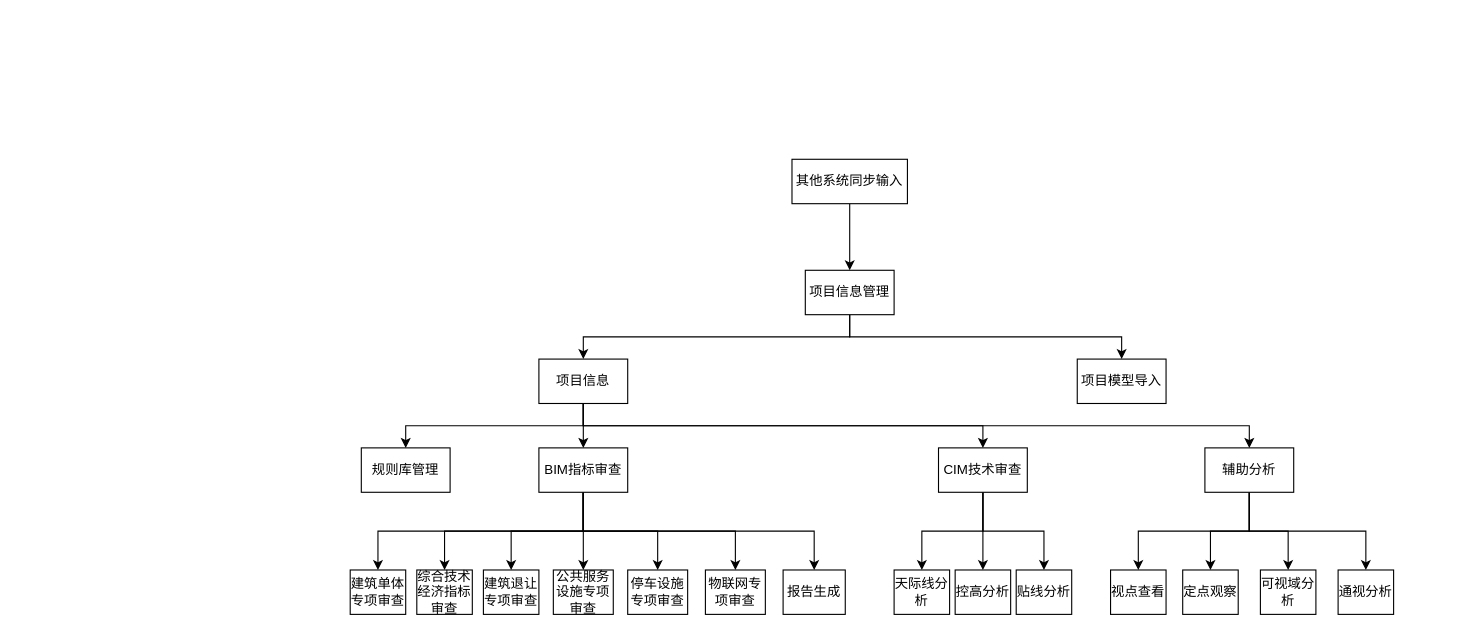
Before: Untitled Diagram.drawio in CAIJINHUI/CAIJINHUI.github.io, a draw.io diagram. Source tidied: cells renumbered, new cells numbered last; positions are measured from the earlier drawing's top-left corner, leaving out a move shared by most shapes. Both pictures are drawn from the tidied source at 111%, with x=0, y=0 at pixel (350, 159).
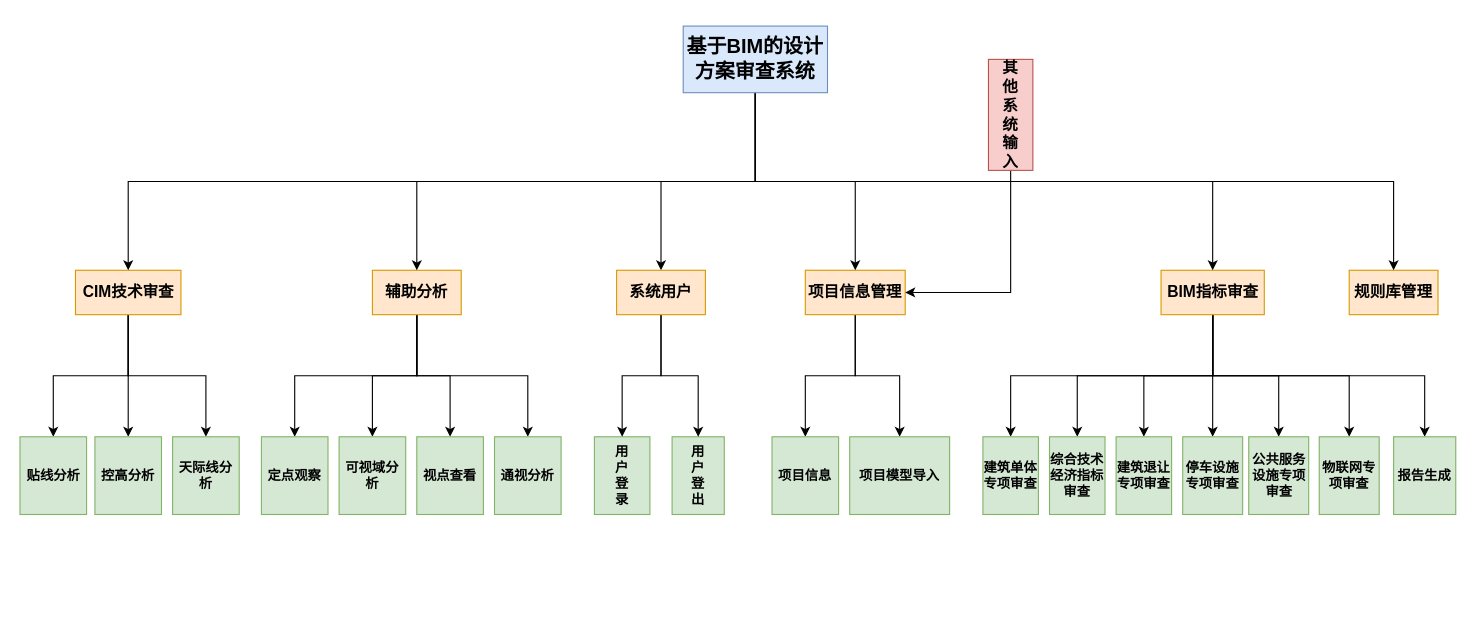
Above is the later version.

The edit, as a diff of the source:
```diff
@@
-    <mxCell id="4" value="项目信息管理" style="rounded=0;whiteSpace=wrap;html=1;" parent="1" vertex="1">
-      <mxGeometry x="410" y="100" width="80" height="40" as="geometry" />
+    <mxCell id="4" value="&lt;h3&gt;项目信息管理&lt;/h3&gt;" style="rounded=0;whiteSpace=wrap;html=1;fillColor=#ffe6cc;strokeColor=#d79b00;" parent="1" vertex="1">
+      <mxGeometry x="410" y="100" width="90" height="40" as="geometry" />
     </mxCell>
-    <mxCell id="5" style="edgeStyle=orthogonalEdgeStyle;rounded=0;jettySize=auto;html=1;exitX=0.5;exitY=1;exitDx=0;exitDy=0;" parent="1" edge="1" source="9" target="11">
-      <mxGeometry relative="1" as="geometry" />
-    </mxCell>
-    <mxCell id="6" style="edgeStyle=orthogonalEdgeStyle;rounded=0;jettySize=auto;html=1;exitX=0.5;exitY=1;exitDx=0;exitDy=0;" parent="1" edge="1" source="9" target="19">
-      <mxGeometry relative="1" as="geometry" />
-    </mxCell>
-    <mxCell id="7" style="edgeStyle=orthogonalEdgeStyle;rounded=0;jettySize=auto;html=1;exitX=0.5;exitY=1;exitDx=0;exitDy=0;entryX=0.5;entryY=0;entryDx=0;entryDy=0;" parent="1" edge="1" source="9" target="23">
-      <mxGeometry relative="1" as="geometry" />
-    </mxCell>
-    <mxCell id="8" style="edgeStyle=orthogonalEdgeStyle;rounded=0;jettySize=auto;html=1;exitX=0.5;exitY=1;exitDx=0;exitDy=0;entryX=0.5;entryY=0;entryDx=0;entryDy=0;" parent="1" edge="1" source="9" target="28">
-      <mxGeometry relative="1" as="geometry" />
-    </mxCell>
-    <mxCell id="9" value="项目信息" style="rounded=0;whiteSpace=wrap;html=1;" parent="1" vertex="1">
-      <mxGeometry x="170" y="180" width="80" height="40" as="geometry" />
+    <mxCell id="9" value="&lt;h4&gt;项目信息&lt;/h4&gt;" style="rounded=0;whiteSpace=wrap;html=1;fillColor=#d5e8d4;strokeColor=#82b366;" parent="1" vertex="1">
+      <mxGeometry x="380" y="250" width="60" height="70" as="geometry" />
     </mxCell>
-    <mxCell id="10" value="项目模型导入" style="rounded=0;whiteSpace=wrap;html=1;" parent="1" vertex="1">
-      <mxGeometry x="655" y="180" width="80" height="40" as="geometry" />
+    <mxCell id="10" value="&lt;h4&gt;项目模型导入&lt;/h4&gt;" style="rounded=0;whiteSpace=wrap;html=1;fillColor=#d5e8d4;strokeColor=#82b366;" parent="1" vertex="1">
+      <mxGeometry x="450" y="250" width="90" height="70" as="geometry" />
     </mxCell>
-    <mxCell id="11" value="规则库管理" style="rounded=0;whiteSpace=wrap;html=1;" parent="1" vertex="1">
-      <mxGeometry x="10" y="260" width="80" height="40" as="geometry" />
+    <mxCell id="11" value="&lt;h3&gt;规则库管理&lt;/h3&gt;" style="rounded=0;whiteSpace=wrap;html=1;fillColor=#ffe6cc;strokeColor=#d79b00;" parent="1" vertex="1">
+      <mxGeometry x="900" y="100" width="80" height="40" as="geometry" />
     </mxCell>
@@
-    <mxCell id="19" value="BIM指标审查" style="rounded=0;whiteSpace=wrap;html=1;" parent="1" vertex="1">
-      <mxGeometry x="170" y="260" width="80" height="40" as="geometry" />
+    <mxCell id="19" value="&lt;h3&gt;BIM指标审查&lt;/h3&gt;" style="rounded=0;whiteSpace=wrap;html=1;fillColor=#ffe6cc;strokeColor=#d79b00;" parent="1" vertex="1">
+      <mxGeometry x="730.5" y="100" width="93" height="40" as="geometry" />
     </mxCell>
@@
-    <mxCell id="23" value="CIM技术审查" style="rounded=0;whiteSpace=wrap;html=1;" parent="1" vertex="1">
-      <mxGeometry x="530" y="260" width="80" height="40" as="geometry" />
+    <mxCell id="23" value="&lt;h3&gt;CIM技术审查&lt;/h3&gt;" style="rounded=0;whiteSpace=wrap;html=1;fillColor=#ffe6cc;strokeColor=#d79b00;" parent="1" vertex="1">
+      <mxGeometry x="-247.5" y="100" width="95" height="40" as="geometry" />
     </mxCell>
@@
-    <mxCell id="28" value="辅助分析" style="rounded=0;whiteSpace=wrap;html=1;" parent="1" vertex="1">
-      <mxGeometry x="770" y="260" width="80" height="40" as="geometry" />
+    <mxCell id="28" value="&lt;h3&gt;辅助分析&lt;/h3&gt;" style="rounded=0;whiteSpace=wrap;html=1;fillColor=#ffe6cc;strokeColor=#d79b00;" parent="1" vertex="1">
+      <mxGeometry x="20" y="100" width="80" height="40" as="geometry" />
     </mxCell>
-    <mxCell id="29" value="建筑单体专项审查" style="rounded=0;whiteSpace=wrap;html=1;" parent="1" vertex="1">
-      <mxGeometry y="370" width="50" height="40" as="geometry" />
+    <mxCell id="29" value="&lt;h4&gt;建筑单体专项审查&lt;/h4&gt;" style="rounded=0;whiteSpace=wrap;html=1;fillColor=#d5e8d4;strokeColor=#82b366;" parent="1" vertex="1">
+      <mxGeometry x="570" y="250" width="50" height="70" as="geometry" />
     </mxCell>
-    <mxCell id="30" value="综合技术经济指标审查" style="rounded=0;whiteSpace=wrap;html=1;" parent="1" vertex="1">
-      <mxGeometry x="60" y="370" width="50" height="40" as="geometry" />
+    <mxCell id="30" value="&lt;h4&gt;综合技术经济指标审查&lt;/h4&gt;" style="rounded=0;whiteSpace=wrap;html=1;fillColor=#d5e8d4;strokeColor=#82b366;" parent="1" vertex="1">
+      <mxGeometry x="630" y="250" width="50" height="70" as="geometry" />
     </mxCell>
-    <mxCell id="31" value="物联网专项审查" style="rounded=0;whiteSpace=wrap;html=1;" parent="1" vertex="1">
-      <mxGeometry x="320" y="370" width="54" height="40" as="geometry" />
+    <mxCell id="31" value="&lt;h4&gt;物联网专项审查&lt;/h4&gt;" style="rounded=0;whiteSpace=wrap;html=1;fillColor=#d5e8d4;strokeColor=#82b366;" parent="1" vertex="1">
+      <mxGeometry x="873" y="250" width="54" height="70" as="geometry" />
     </mxCell>
-    <mxCell id="32" value="建筑退让专项审查" style="rounded=0;whiteSpace=wrap;html=1;" parent="1" vertex="1">
-      <mxGeometry x="120" y="370" width="50" height="40" as="geometry" />
+    <mxCell id="32" value="&lt;h4&gt;建筑退让专项审查&lt;/h4&gt;" style="rounded=0;whiteSpace=wrap;html=1;fillColor=#d5e8d4;strokeColor=#82b366;" parent="1" vertex="1">
+      <mxGeometry x="690" y="250" width="50" height="70" as="geometry" />
     </mxCell>
-    <mxCell id="33" value="公共服务设施专项审查" style="rounded=0;whiteSpace=wrap;html=1;" parent="1" vertex="1">
-      <mxGeometry x="183" y="370" width="54" height="40" as="geometry" />
+    <mxCell id="33" value="&lt;h4&gt;公共服务设施专项审查&lt;/h4&gt;" style="rounded=0;whiteSpace=wrap;html=1;fillColor=#d5e8d4;strokeColor=#82b366;" parent="1" vertex="1">
+      <mxGeometry x="809.5" y="250" width="54" height="70" as="geometry" />
     </mxCell>
-    <mxCell id="34" value="停车设施专项审查" style="rounded=0;whiteSpace=wrap;html=1;" parent="1" vertex="1">
-      <mxGeometry x="250" y="370" width="54" height="40" as="geometry" />
+    <mxCell id="34" value="&lt;h4&gt;停车设施专项审查&lt;/h4&gt;" style="rounded=0;whiteSpace=wrap;html=1;fillColor=#d5e8d4;strokeColor=#82b366;" parent="1" vertex="1">
+      <mxGeometry x="750" y="250" width="54" height="70" as="geometry" />
     </mxCell>
-    <mxCell id="35" value="报告生成" style="rounded=0;whiteSpace=wrap;html=1;" parent="1" vertex="1">
-      <mxGeometry x="390" y="370" width="56" height="40" as="geometry" />
+    <mxCell id="35" value="&lt;h4&gt;报告生成&lt;/h4&gt;" style="rounded=0;whiteSpace=wrap;html=1;fillColor=#d5e8d4;strokeColor=#82b366;" parent="1" vertex="1">
+      <mxGeometry x="940" y="250" width="56" height="70" as="geometry" />
     </mxCell>
-    <mxCell id="36" value="天际线分析" style="rounded=0;whiteSpace=wrap;html=1;" parent="1" vertex="1">
-      <mxGeometry x="490" y="370" width="50" height="40" as="geometry" />
+    <mxCell id="36" value="&lt;h4&gt;天际线分析&lt;/h4&gt;" style="rounded=0;whiteSpace=wrap;html=1;fillColor=#d5e8d4;strokeColor=#82b366;" parent="1" vertex="1">
+      <mxGeometry x="-160" y="250" width="60" height="70" as="geometry" />
     </mxCell>
-    <mxCell id="37" value="控高分析" style="rounded=0;whiteSpace=wrap;html=1;" parent="1" vertex="1">
-      <mxGeometry x="545" y="370" width="50" height="40" as="geometry" />
+    <mxCell id="37" value="&lt;h4&gt;控高分析&lt;/h4&gt;" style="rounded=0;whiteSpace=wrap;html=1;fillColor=#d5e8d4;strokeColor=#82b366;" parent="1" vertex="1">
+      <mxGeometry x="-230" y="250" width="60" height="70" as="geometry" />
     </mxCell>
-    <mxCell id="38" value="贴线分析" style="rounded=0;whiteSpace=wrap;html=1;" parent="1" vertex="1">
-      <mxGeometry x="600" y="370" width="50" height="40" as="geometry" />
+    <mxCell id="38" value="&lt;h4&gt;贴线分析&lt;/h4&gt;" style="rounded=0;whiteSpace=wrap;html=1;fillColor=#d5e8d4;strokeColor=#82b366;" parent="1" vertex="1">
+      <mxGeometry x="-297.5" y="250" width="60" height="70" as="geometry" />
     </mxCell>
-    <mxCell id="39" value="视点查看" style="rounded=0;whiteSpace=wrap;html=1;" parent="1" vertex="1">
-      <mxGeometry x="685" y="370" width="50" height="40" as="geometry" />
+    <mxCell id="39" value="&lt;h4&gt;视点查看&lt;/h4&gt;" style="rounded=0;whiteSpace=wrap;html=1;fillColor=#d5e8d4;strokeColor=#82b366;" parent="1" vertex="1">
+      <mxGeometry x="60" y="250" width="60" height="70" as="geometry" />
     </mxCell>
-    <mxCell id="40" value="定点观察" style="rounded=0;whiteSpace=wrap;html=1;" parent="1" vertex="1">
-      <mxGeometry x="750" y="370" width="50" height="40" as="geometry" />
+    <mxCell id="40" value="&lt;h4&gt;定点观察&lt;/h4&gt;" style="rounded=0;whiteSpace=wrap;html=1;fillColor=#d5e8d4;strokeColor=#82b366;" parent="1" vertex="1">
+      <mxGeometry x="-80" y="250" width="60" height="70" as="geometry" />
     </mxCell>
-    <mxCell id="41" value="可视域分析" style="rounded=0;whiteSpace=wrap;html=1;" parent="1" vertex="1">
-      <mxGeometry x="820" y="370" width="50" height="40" as="geometry" />
+    <mxCell id="41" value="&lt;h4&gt;可视域分析&lt;/h4&gt;" style="rounded=0;whiteSpace=wrap;html=1;fillColor=#d5e8d4;strokeColor=#82b366;" parent="1" vertex="1">
+      <mxGeometry x="-10" y="250" width="60" height="70" as="geometry" />
     </mxCell>
-    <mxCell id="42" value="通视分析" style="rounded=0;whiteSpace=wrap;html=1;" parent="1" vertex="1">
-      <mxGeometry x="890" y="370" width="50" height="40" as="geometry" />
+    <mxCell id="42" value="&lt;h4&gt;通视分析&lt;/h4&gt;" style="rounded=0;whiteSpace=wrap;html=1;fillColor=#d5e8d4;strokeColor=#82b366;" parent="1" vertex="1">
+      <mxGeometry x="130" y="250" width="60" height="70" as="geometry" />
     </mxCell>
-    <mxCell id="43" style="edgeStyle=orthogonalEdgeStyle;rounded=0;jettySize=auto;html=1;exitX=0.5;exitY=1;exitDx=0;exitDy=0;entryX=0.5;entryY=0;entryDx=0;entryDy=0;" parent="1" edge="1" source="44" target="4">
+    <mxCell id="43" style="edgeStyle=orthogonalEdgeStyle;rounded=0;jettySize=auto;html=1;exitX=0.5;exitY=1;exitDx=0;exitDy=0;entryX=1;entryY=0.5;entryDx=0;entryDy=0;" parent="1" edge="1" source="44" target="4">
       <mxGeometry relative="1" as="geometry" />
     </mxCell>
-    <mxCell id="44" value="其他系统同步输入" style="rounded=0;whiteSpace=wrap;html=1;" parent="1" vertex="1">
-      <mxGeometry x="398" width="104" height="40" as="geometry" />
+    <mxCell id="44" value="&lt;h3&gt;其&lt;br&gt;他&lt;br&gt;系&lt;br&gt;统&lt;br&gt;输&lt;br&gt;入&lt;/h3&gt;" style="rounded=0;whiteSpace=wrap;html=1;fillColor=#f8cecc;strokeColor=#b85450;" parent="1" vertex="1">
+      <mxGeometry x="575" y="-90" width="40" height="100" as="geometry" />
     </mxCell>
+    <mxCell id="45" style="edgeStyle=orthogonalEdgeStyle;rounded=0;jettySize=auto;html=1;exitX=0.5;exitY=1;exitDx=0;exitDy=0;entryX=0.5;entryY=0;entryDx=0;entryDy=0;" parent="1" edge="1" source="51" target="4">
+      <mxGeometry relative="1" as="geometry" />
+    </mxCell>
+    <mxCell id="46" style="edgeStyle=orthogonalEdgeStyle;rounded=0;jettySize=auto;html=1;exitX=0.5;exitY=1;exitDx=0;exitDy=0;entryX=0.5;entryY=0;entryDx=0;entryDy=0;" parent="1" edge="1" source="51" target="56">
+      <mxGeometry relative="1" as="geometry" />
+    </mxCell>
+    <mxCell id="47" style="edgeStyle=orthogonalEdgeStyle;rounded=0;jettySize=auto;html=1;exitX=0.5;exitY=1;exitDx=0;exitDy=0;" parent="1" edge="1" source="51" target="28">
+      <mxGeometry relative="1" as="geometry" />
+    </mxCell>
+    <mxCell id="48" style="edgeStyle=orthogonalEdgeStyle;rounded=0;jettySize=auto;html=1;exitX=0.5;exitY=1;exitDx=0;exitDy=0;entryX=0.5;entryY=0;entryDx=0;entryDy=0;" parent="1" edge="1" source="51" target="23">
+      <mxGeometry relative="1" as="geometry" />
+    </mxCell>
+    <mxCell id="49" style="edgeStyle=orthogonalEdgeStyle;rounded=0;jettySize=auto;html=1;exitX=0.5;exitY=1;exitDx=0;exitDy=0;entryX=0.5;entryY=0;entryDx=0;entryDy=0;" parent="1" edge="1" source="51" target="11">
+      <mxGeometry relative="1" as="geometry" />
+    </mxCell>
+    <mxCell id="50" style="edgeStyle=orthogonalEdgeStyle;rounded=0;jettySize=auto;html=1;exitX=0.5;exitY=1;exitDx=0;exitDy=0;entryX=0.5;entryY=0;entryDx=0;entryDy=0;" parent="1" edge="1" source="51" target="19">
+      <mxGeometry relative="1" as="geometry" />
+    </mxCell>
+    <mxCell id="51" value="&lt;h2&gt;基于BIM的设计方案审查系统&lt;/h2&gt;" style="rounded=0;whiteSpace=wrap;html=1;fillColor=#dae8fc;strokeColor=#6c8ebf;" parent="1" vertex="1">
+      <mxGeometry x="300" y="-120" width="130" height="60" as="geometry" />
+    </mxCell>
+    <mxCell id="52" value="&lt;h4&gt;用&lt;br&gt;户&lt;br&gt;登&lt;br&gt;录&lt;/h4&gt;" style="rounded=0;whiteSpace=wrap;html=1;fillColor=#d5e8d4;strokeColor=#82b366;" parent="1" vertex="1">
+      <mxGeometry x="220" y="250" width="50" height="70" as="geometry" />
+    </mxCell>
+    <mxCell id="53" value="&lt;h4&gt;用&lt;br&gt;户&lt;br&gt;登&lt;br&gt;&lt;span&gt;出&lt;/span&gt;&lt;/h4&gt;" style="rounded=0;whiteSpace=wrap;html=1;fillColor=#d5e8d4;strokeColor=#82b366;" parent="1" vertex="1">
+      <mxGeometry x="290" y="250" width="47" height="70" as="geometry" />
+    </mxCell>
+    <mxCell id="54" style="edgeStyle=orthogonalEdgeStyle;rounded=0;jettySize=auto;html=1;exitX=0.5;exitY=1;exitDx=0;exitDy=0;entryX=0.5;entryY=0;entryDx=0;entryDy=0;" parent="1" edge="1" source="56" target="52">
+      <mxGeometry relative="1" as="geometry" />
+    </mxCell>
+    <mxCell id="55" style="edgeStyle=orthogonalEdgeStyle;rounded=0;jettySize=auto;html=1;exitX=0.5;exitY=1;exitDx=0;exitDy=0;entryX=0.5;entryY=0;entryDx=0;entryDy=0;" parent="1" edge="1" source="56" target="53">
+      <mxGeometry relative="1" as="geometry" />
+    </mxCell>
+    <mxCell id="56" value="&lt;h3&gt;系统用户&lt;/h3&gt;" style="rounded=0;whiteSpace=wrap;html=1;fillColor=#ffe6cc;strokeColor=#d79b00;" parent="1" vertex="1">
+      <mxGeometry x="240" y="100" width="80" height="40" as="geometry" />
+    </mxCell>
```
